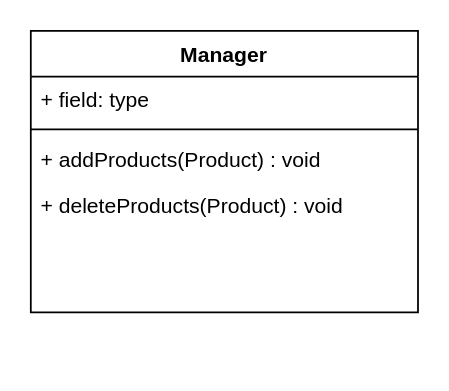
Above: Diagrams/UML-Class-Diagram.drawio in itsjorigo/wesminster-shopping-centre (draw.io), before the change. Source tidied: cells renumbered, new cells numbered last; positions are measured from the earlier drawing's top-left corner, leaving out a move shared by most shapes. Both pictures are drawn from the tidied source at 176%, with x=0, y=0 at pixel (30, 30).
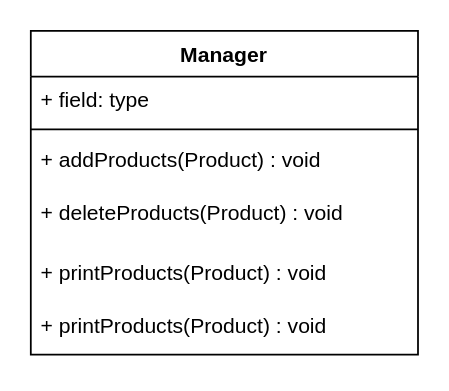
The same diagram, later.

What changed in the source:
```diff
@@
 <mxGraphModel>
   <root>
     <mxCell id="0" />
     <mxCell id="1" parent="0" />
     <mxCell id="2" value="Manager" style="swimlane;fontStyle=1;align=center;verticalAlign=top;horizontal=1;startSize=26;whiteSpace=wrap;html=1;" parent="1" vertex="1">
-      <mxGeometry width="220" height="160" as="geometry" />
+      <mxGeometry width="220" height="184" as="geometry" />
     </mxCell>
     <mxCell id="3" value="+ field: type" style="text;strokeColor=none;fillColor=none;align=left;verticalAlign=top;spacingLeft=4;spacingRight=4;overflow=hidden;whiteSpace=wrap;html=1;" parent="2" vertex="1">
       <mxGeometry y="26" width="220" height="26" as="geometry" />
     </mxCell>
     <mxCell id="4" style="line;strokeWidth=1;fillColor=none;align=left;verticalAlign=middle;spacingTop=-1;spacingLeft=3;spacingRight=3;labelPosition=right;strokeColor=inherit;" parent="2" vertex="1">
       <mxGeometry y="52" width="220" height="8" as="geometry" />
     </mxCell>
     <mxCell id="5" value="+ addProducts(Product) : void" style="text;strokeColor=none;fillColor=none;align=left;verticalAlign=top;spacingLeft=4;spacingRight=4;overflow=hidden;whiteSpace=wrap;html=1;" parent="2" vertex="1">
-      <mxGeometry y="60" width="220" height="26" as="geometry" />
+      <mxGeometry y="60" width="220" height="30" as="geometry" />
     </mxCell>
+    <mxCell id="7" value="+ deleteProducts(Product) : void" style="text;strokeColor=none;fillColor=none;align=left;verticalAlign=top;spacingLeft=4;spacingRight=4;overflow=hidden;whiteSpace=wrap;html=1;" parent="2" vertex="1">
+      <mxGeometry y="90" width="220" height="34" as="geometry" />
+    </mxCell>
-    <mxCell id="6" value="+ deleteProducts(Product) : void" style="text;strokeColor=none;fillColor=none;align=left;verticalAlign=top;spacingLeft=4;spacingRight=4;overflow=hidden;whiteSpace=wrap;html=1;" parent="2" vertex="1">
-      <mxGeometry y="86" width="220" height="74" as="geometry" />
+    <mxCell id="6" value="+ printProducts(Product) : void" style="text;strokeColor=none;fillColor=none;align=left;verticalAlign=top;spacingLeft=4;spacingRight=4;overflow=hidden;whiteSpace=wrap;html=1;" parent="2" vertex="1">
+      <mxGeometry y="124" width="220" height="30" as="geometry" />
     </mxCell>
+    <mxCell id="8" value="+ printProducts(Product) : void" style="text;strokeColor=none;fillColor=none;align=left;verticalAlign=top;spacingLeft=4;spacingRight=4;overflow=hidden;whiteSpace=wrap;html=1;" parent="2" vertex="1">
+      <mxGeometry y="154" width="220" height="30" as="geometry" />
+    </mxCell>
   </root>
 </mxGraphModel>
```
